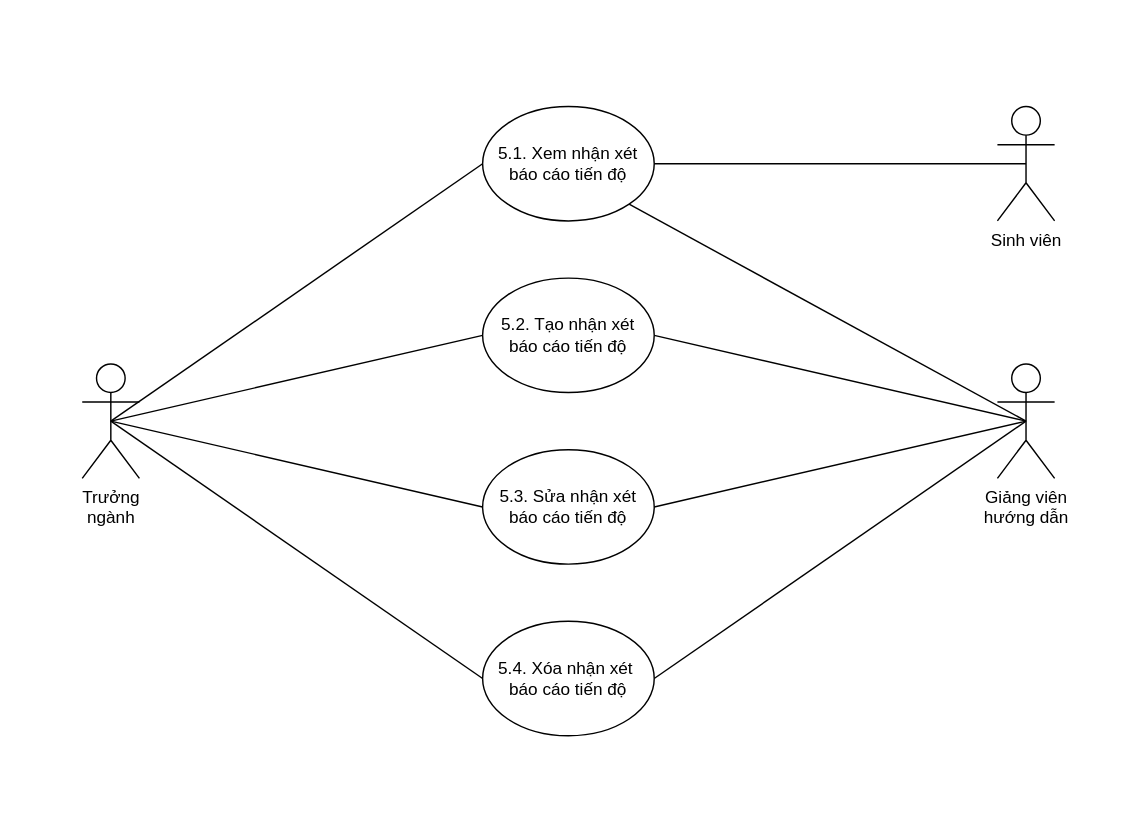
This is page "Quản lý nhận xét báo cáo tiến độ" (5 of 7) of docs/diagrams/usecase.drawio from doonpy/grasis, a draw.io file, before an edit. Source tidied: cells renumbered, new cells numbered last; positions are measured from the earlier drawing's top-left corner, leaving out a move shared by most shapes. Both pictures are drawn from the tidied source at 143%, with x=0, y=0 at pixel (82, 106).
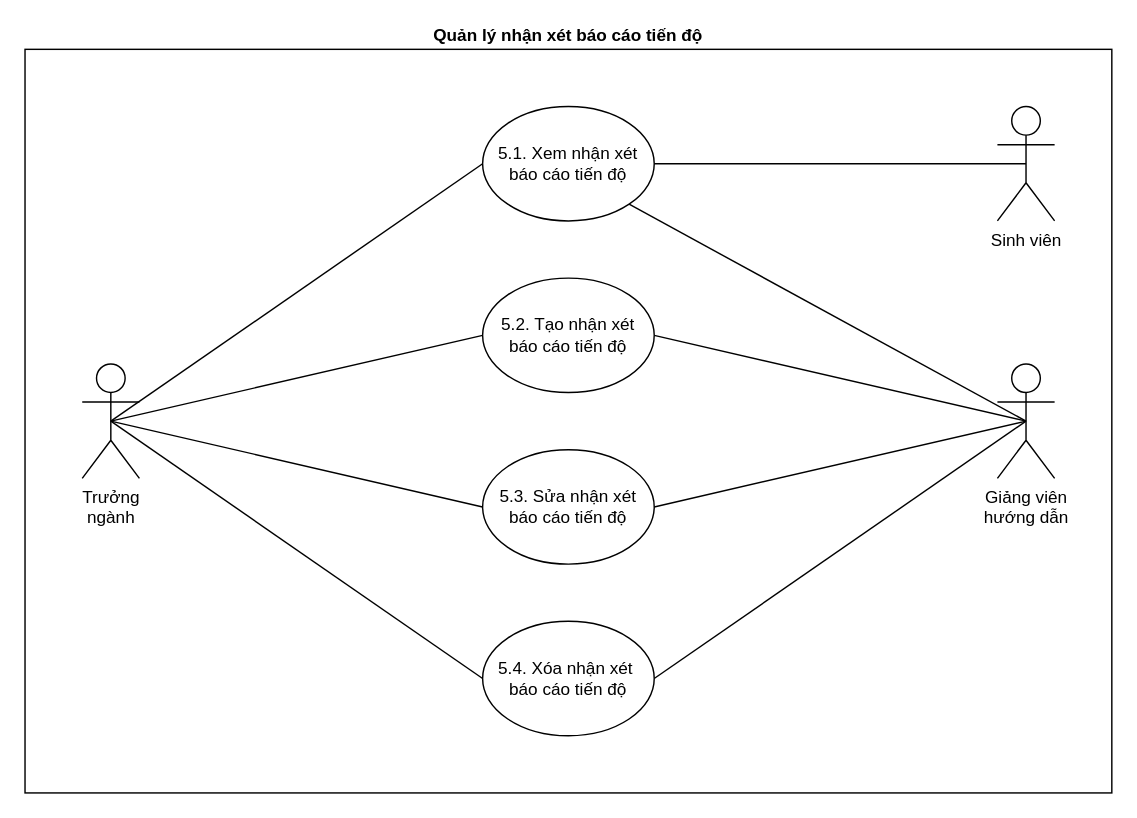
The same diagram, later.

The edit, as a diff of the source:
```diff
@@
 <mxGraphModel>
   <root>
     <mxCell id="0" />
     <mxCell id="1" parent="0" />
+    <mxCell id="18" value="Quản lý nhận xét báo cáo tiến độ" style="whiteSpace=wrap;html=1;align=center;labelPosition=center;verticalLabelPosition=top;verticalAlign=bottom;fontStyle=1;" parent="1" vertex="1">
+      <mxGeometry x="-40" y="-40" width="760" height="520" as="geometry" />
+    </mxCell>
     <mxCell id="2" style="edgeStyle=none;rounded=0;jettySize=auto;html=1;exitX=0.5;exitY=0.5;exitDx=0;exitDy=0;exitPerimeter=0;entryX=0;entryY=0.5;entryDx=0;entryDy=0;endArrow=none;endFill=0;" parent="1" edge="1" source="5" target="15">
       <mxGeometry relative="1" as="geometry" />
     </mxCell>
     <mxCell id="3" style="edgeStyle=none;rounded=0;jettySize=auto;html=1;exitX=0.5;exitY=0.5;exitDx=0;exitDy=0;exitPerimeter=0;entryX=0;entryY=0.5;entryDx=0;entryDy=0;endArrow=none;endFill=0;" parent="1" edge="1" source="5" target="16">
       <mxGeometry relative="1" as="geometry" />
     </mxCell>
     <mxCell id="4" style="edgeStyle=none;rounded=0;jettySize=auto;html=1;exitX=0.5;exitY=0.5;exitDx=0;exitDy=0;exitPerimeter=0;entryX=0;entryY=0.5;entryDx=0;entryDy=0;endArrow=none;endFill=0;" parent="1" edge="1" source="5" target="17">
       <mxGeometry relative="1" as="geometry" />
     </mxCell>
     <mxCell id="5" value="Trưởng&lt;br&gt;ngành" style="shape=umlActor;verticalLabelPosition=bottom;verticalAlign=top;html=1;outlineConnect=0;" parent="1" vertex="1">
       <mxGeometry y="180" width="40" height="80" as="geometry" />
     </mxCell>
     <mxCell id="6" value="Sinh viên" style="shape=umlActor;verticalLabelPosition=bottom;verticalAlign=top;html=1;outlineConnect=0;" parent="1" vertex="1">
       <mxGeometry x="640" width="40" height="80" as="geometry" />
     </mxCell>
     <mxCell id="7" style="edgeStyle=none;rounded=0;jettySize=auto;html=1;exitX=0.5;exitY=0.5;exitDx=0;exitDy=0;exitPerimeter=0;entryX=1;entryY=1;entryDx=0;entryDy=0;endArrow=none;endFill=0;" parent="1" edge="1" source="11" target="14">
       <mxGeometry relative="1" as="geometry" />
     </mxCell>
     <mxCell id="8" style="edgeStyle=none;rounded=0;jettySize=auto;html=1;exitX=0.5;exitY=0.5;exitDx=0;exitDy=0;exitPerimeter=0;entryX=1;entryY=0.5;entryDx=0;entryDy=0;endArrow=none;endFill=0;" parent="1" edge="1" source="11" target="15">
       <mxGeometry relative="1" as="geometry" />
     </mxCell>
     <mxCell id="9" style="edgeStyle=none;rounded=0;jettySize=auto;html=1;exitX=0.5;exitY=0.5;exitDx=0;exitDy=0;exitPerimeter=0;entryX=1;entryY=0.5;entryDx=0;entryDy=0;endArrow=none;endFill=0;" parent="1" edge="1" source="11" target="16">
       <mxGeometry relative="1" as="geometry" />
     </mxCell>
     <mxCell id="10" style="edgeStyle=none;rounded=0;jettySize=auto;html=1;exitX=0.5;exitY=0.5;exitDx=0;exitDy=0;exitPerimeter=0;entryX=1;entryY=0.5;entryDx=0;entryDy=0;endArrow=none;endFill=0;" parent="1" edge="1" source="11" target="17">
       <mxGeometry relative="1" as="geometry" />
     </mxCell>
     <mxCell id="11" value="Giảng viên&lt;br&gt;hướng dẫn" style="shape=umlActor;verticalLabelPosition=bottom;verticalAlign=top;html=1;outlineConnect=0;" parent="1" vertex="1">
       <mxGeometry x="640" y="180" width="40" height="80" as="geometry" />
     </mxCell>
     <mxCell id="12" style="edgeStyle=none;rounded=0;jettySize=auto;html=1;exitX=0;exitY=0.5;exitDx=0;exitDy=0;entryX=0.5;entryY=0.5;entryDx=0;entryDy=0;entryPerimeter=0;endArrow=none;endFill=0;" parent="1" edge="1" source="14" target="5">
       <mxGeometry relative="1" as="geometry" />
     </mxCell>
     <mxCell id="13" style="edgeStyle=none;rounded=0;jettySize=auto;html=1;exitX=1;exitY=0.5;exitDx=0;exitDy=0;entryX=0.5;entryY=0.5;entryDx=0;entryDy=0;entryPerimeter=0;endArrow=none;endFill=0;" parent="1" edge="1" source="14" target="6">
       <mxGeometry relative="1" as="geometry" />
     </mxCell>
     <mxCell id="14" value="5.1. Xem nhận xét báo cáo tiến độ" style="ellipse;whiteSpace=wrap;html=1;" parent="1" vertex="1">
       <mxGeometry x="280" width="120" height="80" as="geometry" />
     </mxCell>
     <mxCell id="15" value="5.2. Tạo nhận xét&lt;br&gt;báo cáo tiến độ" style="ellipse;whiteSpace=wrap;html=1;" parent="1" vertex="1">
       <mxGeometry x="280" y="120" width="120" height="80" as="geometry" />
     </mxCell>
     <mxCell id="16" value="5.3. Sửa nhận xét &lt;br&gt;báo cáo tiến độ" style="ellipse;whiteSpace=wrap;html=1;" parent="1" vertex="1">
       <mxGeometry x="280" y="240" width="120" height="80" as="geometry" />
     </mxCell>
     <mxCell id="17" value="5.4. Xóa nhận xét&amp;nbsp;&lt;br&gt;báo cáo tiến độ" style="ellipse;whiteSpace=wrap;html=1;" parent="1" vertex="1">
       <mxGeometry x="280" y="360" width="120" height="80" as="geometry" />
     </mxCell>
   </root>
 </mxGraphModel>
```
